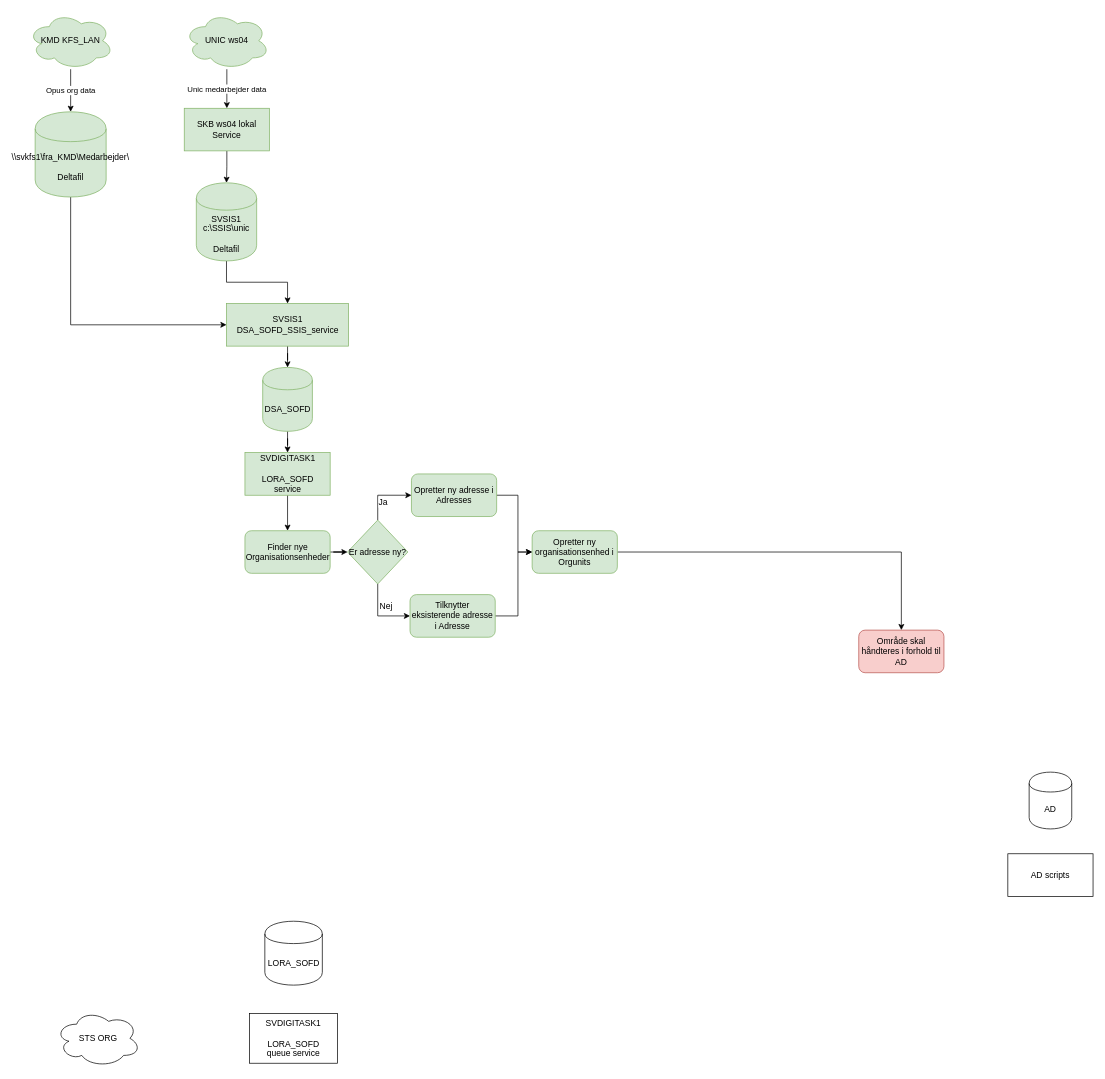
Before: LORA_SOFD_detailed_flow.drawio in Skanderborg/SOFD, a draw.io diagram. Source tidied: cells renumbered, new cells numbered last; positions are measured from the earlier drawing's top-left corner, leaving out a move shared by most shapes. Both pictures are drawn from the tidied source at 71%, with x=0, y=0 at pixel (28, 12).
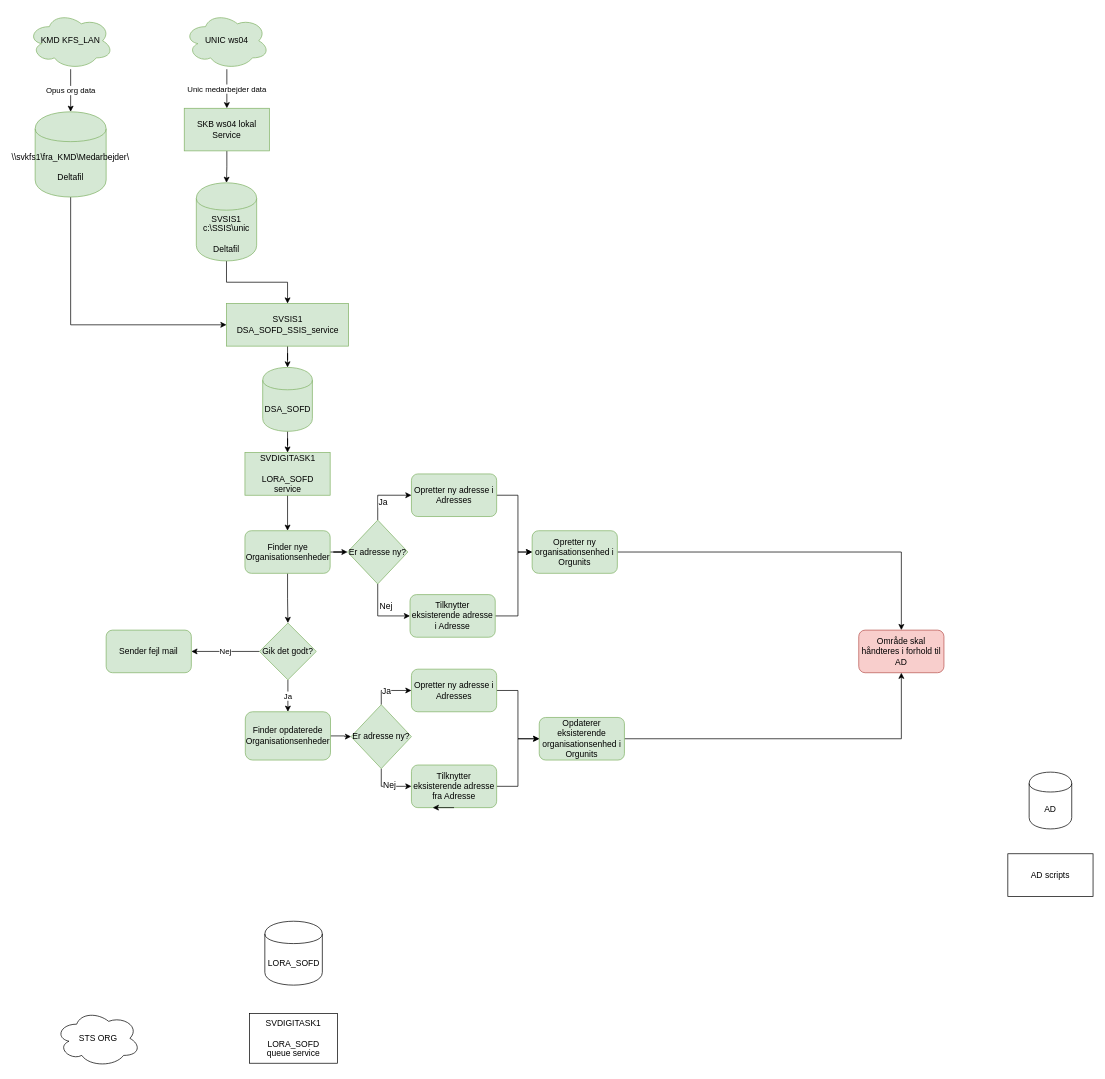
The same diagram, later.

Unchanged cells that the change refers to:
```xml
<mxCell id="24" value="Finder nye Organisationsenheder" style="rounded=1;whiteSpace=wrap;html=1;fillColor=#d5e8d4;strokeColor=#82b366;" parent="1" vertex="1">
  <mxGeometry x="305.5" y="730" width="120" height="60" as="geometry" />
</mxCell>
<mxCell id="36" value="Område skal håndteres i forhold til AD" style="rounded=1;whiteSpace=wrap;html=1;fillColor=#f8cecc;strokeColor=#b85450;" parent="1" vertex="1">
  <mxGeometry x="1170" y="870" width="120" height="60" as="geometry" />
</mxCell>
```

What changed in the source:
```diff
@@
+    <mxCell id="37" style="edgeStyle=orthogonalEdgeStyle;rounded=0;jettySize=auto;html=1;entryX=0.5;entryY=0;entryDx=0;entryDy=0;" parent="1" edge="1" source="24" target="53">
+      <mxGeometry relative="1" as="geometry" />
+    </mxCell>
@@
+    <mxCell id="38" style="edgeStyle=orthogonalEdgeStyle;rounded=0;html=1;entryX=0;entryY=0.5;entryDx=0;entryDy=0;jettySize=auto;" parent="1" edge="1" source="39" target="48">
+      <mxGeometry relative="1" as="geometry" />
+    </mxCell>
+    <mxCell id="39" value="Finder opdaterede Organisationsenheder" style="rounded=1;whiteSpace=wrap;html=1;fillColor=#d5e8d4;strokeColor=#82b366;" parent="1" vertex="1">
+      <mxGeometry x="306" y="985" width="120" height="68" as="geometry" />
+    </mxCell>
+    <mxCell id="40" style="edgeStyle=orthogonalEdgeStyle;rounded=0;jettySize=auto;html=1;" parent="1" edge="1" source="41" target="36">
+      <mxGeometry relative="1" as="geometry" />
+    </mxCell>
+    <mxCell id="41" value="Opdaterer eksisterende organisationsenhed i Orgunits" style="rounded=1;whiteSpace=wrap;html=1;fillColor=#d5e8d4;strokeColor=#82b366;" parent="1" vertex="1">
+      <mxGeometry x="720" y="993" width="120" height="60" as="geometry" />
+    </mxCell>
+    <mxCell id="42" style="edgeStyle=orthogonalEdgeStyle;rounded=0;html=1;entryX=0;entryY=0.5;entryDx=0;entryDy=0;jettySize=auto;" parent="1" edge="1" source="43" target="41">
+      <mxGeometry relative="1" as="geometry" />
+    </mxCell>
+    <mxCell id="43" value="Opretter ny adresse i Adresses" style="rounded=1;whiteSpace=wrap;html=1;fillColor=#d5e8d4;strokeColor=#82b366;" parent="1" vertex="1">
+      <mxGeometry x="540" y="925" width="120" height="60" as="geometry" />
+    </mxCell>
+    <mxCell id="44" style="edgeStyle=orthogonalEdgeStyle;rounded=0;html=1;entryX=0;entryY=0.5;entryDx=0;entryDy=0;jettySize=auto;exitX=0.5;exitY=1;exitDx=0;exitDy=0;" parent="1" edge="1" source="48" target="50">
+      <mxGeometry relative="1" as="geometry" />
+    </mxCell>
+    <mxCell id="45" value="Nej" style="text;html=1;align=center;verticalAlign=middle;labelBackgroundColor=#ffffff;" parent="44" vertex="1">
+      <mxGeometry x="-0.31" y="11" relative="1" as="geometry" />
+    </mxCell>
+    <mxCell id="46" style="edgeStyle=orthogonalEdgeStyle;rounded=0;html=1;entryX=0;entryY=0.5;entryDx=0;entryDy=0;jettySize=auto;exitX=0.5;exitY=0;exitDx=0;exitDy=0;" parent="1" edge="1" source="48" target="43">
+      <mxGeometry relative="1" as="geometry" />
+    </mxCell>
+    <mxCell id="47" value="Ja" style="text;html=1;align=center;verticalAlign=middle;labelBackgroundColor=#ffffff;" parent="46" vertex="1">
+      <mxGeometry x="-0.38" y="-7" relative="1" as="geometry" />
+    </mxCell>
+    <mxCell id="48" value="Er adresse ny?" style="rhombus;whiteSpace=wrap;html=1;fillColor=#d5e8d4;strokeColor=#82b366;" parent="1" vertex="1">
+      <mxGeometry x="455" y="975" width="85" height="90" as="geometry" />
+    </mxCell>
+    <mxCell id="49" style="edgeStyle=orthogonalEdgeStyle;rounded=0;html=1;entryX=0;entryY=0.5;entryDx=0;entryDy=0;jettySize=auto;" parent="1" edge="1" source="50" target="41">
+      <mxGeometry relative="1" as="geometry" />
+    </mxCell>
+    <mxCell id="50" value="Tilknytter eksisterende adresse fra Adresse" style="rounded=1;whiteSpace=wrap;html=1;fillColor=#d5e8d4;strokeColor=#82b366;" parent="1" vertex="1">
+      <mxGeometry x="540" y="1060" width="120" height="60" as="geometry" />
+    </mxCell>
+    <mxCell id="51" value="Ja" style="edgeStyle=orthogonalEdgeStyle;rounded=0;jettySize=auto;html=1;entryX=0.5;entryY=0;entryDx=0;entryDy=0;" parent="1" edge="1" source="53" target="39">
+      <mxGeometry relative="1" as="geometry" />
+    </mxCell>
+    <mxCell id="52" value="Nej" style="edgeStyle=orthogonalEdgeStyle;rounded=0;jettySize=auto;html=1;" parent="1" edge="1" source="53" target="54">
+      <mxGeometry relative="1" as="geometry" />
+    </mxCell>
+    <mxCell id="53" value="Gik det godt?" style="rhombus;whiteSpace=wrap;html=1;rounded=0;fillColor=#d5e8d4;strokeColor=#82b366;" parent="1" vertex="1">
+      <mxGeometry x="326" y="860" width="80" height="80" as="geometry" />
+    </mxCell>
+    <mxCell id="54" value="Sender fejl mail" style="rounded=1;whiteSpace=wrap;html=1;fillColor=#d5e8d4;strokeColor=#82b366;" parent="1" vertex="1">
+      <mxGeometry x="110" y="870" width="120" height="60" as="geometry" />
+    </mxCell>
+    <mxCell id="55" style="edgeStyle=orthogonalEdgeStyle;rounded=0;orthogonalLoop=1;jettySize=auto;html=1;exitX=0.5;exitY=1;exitDx=0;exitDy=0;entryX=0.25;entryY=1;entryDx=0;entryDy=0;" parent="1" edge="1" source="50" target="50">
+      <mxGeometry relative="1" as="geometry" />
+    </mxCell>
```
